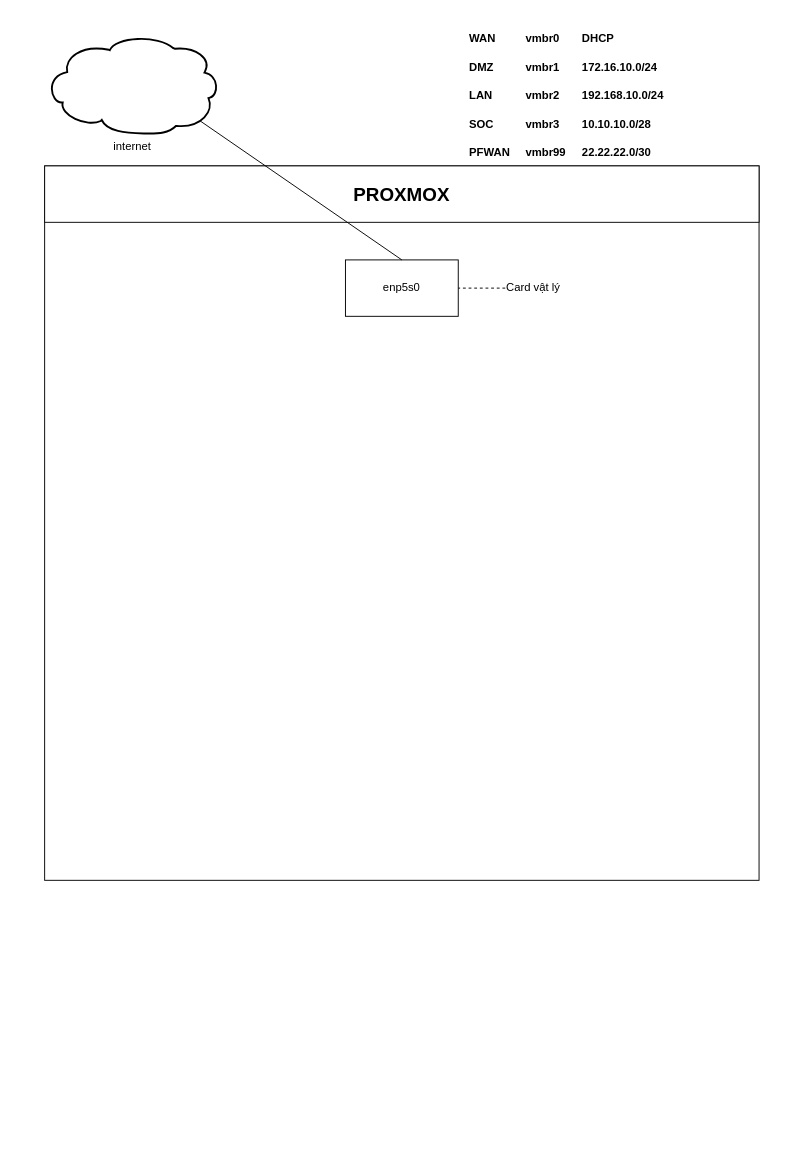
This is network.drawio from BHNamSSD/ELK, a draw.io file, before an edit. Source tidied: cells renumbered, new cells numbered last; positions are measured from the earlier drawing's top-left corner, leaving out a move shared by most shapes. Both pictures are drawn from the tidied source at 94%, with x=0, y=0 at pixel (44, 24).
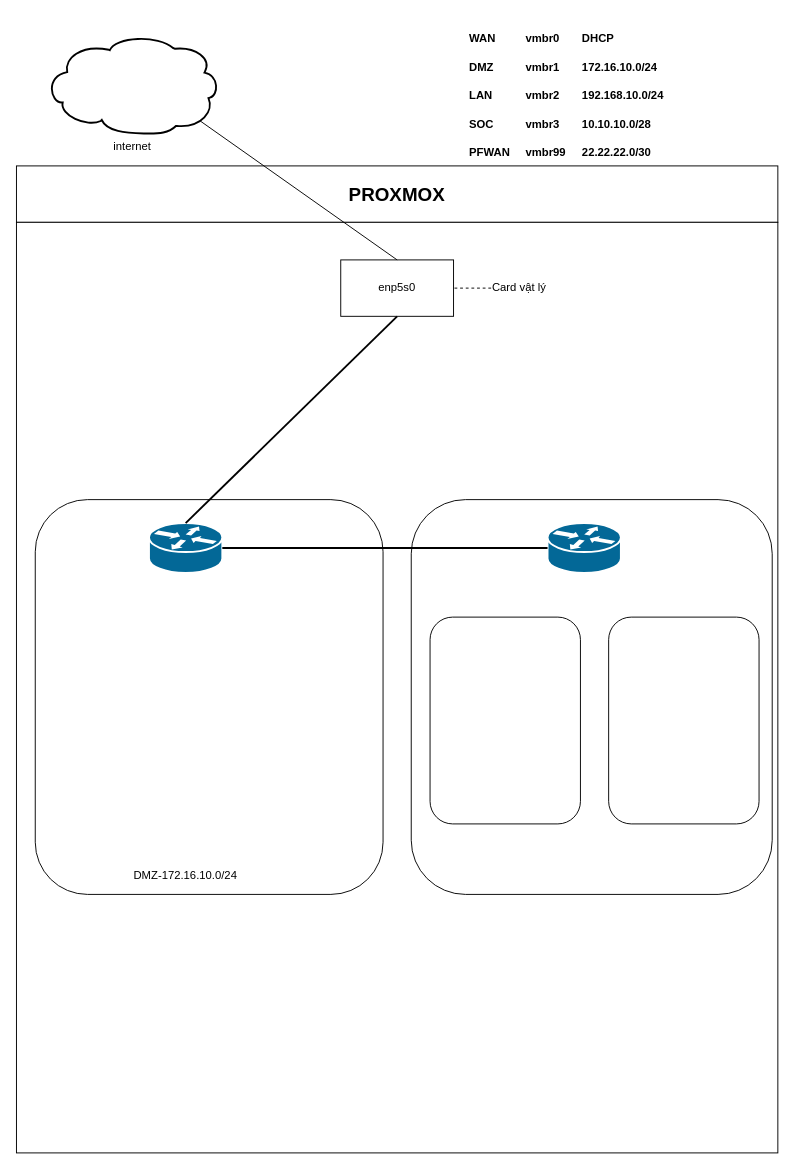
The same page after the edit.

Commit message (it also covers changes not shown here):
Cập nhật network.drawio

Unchanged cells that the change refers to:
```xml
<mxCell id="2" value="internet" style="shape=mxgraph.cisco.storage.cloud;sketch=0;html=1;dashed=0;strokeWidth=2;verticalLabelPosition=bottom;verticalAlign=top;align=center;outlineConnect=0;" parent="1" vertex="1">
  <mxGeometry y="10" width="186" height="106" as="geometry" />
</mxCell>
```

The edit, as a diff of the source:
```diff
@@
-    <mxCell id="3" style="whiteSpace=wrap;html=1;" parent="1" vertex="1">
-      <mxGeometry y="150" width="760" height="760" as="geometry" />
-    </mxCell>
     <mxCell id="4" value="&lt;div&gt;&lt;b&gt;&lt;font style=&quot;font-size: 20px;&quot;&gt;PROXMOX&lt;/font&gt;&lt;/b&gt;&lt;/div&gt;" style="rounded=0;whiteSpace=wrap;html=1;" parent="1" vertex="1">
-      <mxGeometry y="150" width="760" height="60" as="geometry" />
+      <mxGeometry x="-30" y="150" width="810" height="60" as="geometry" />
     </mxCell>
@@
+    <mxCell id="12" style="rounded=0;whiteSpace=wrap;html=1;" parent="1" vertex="1">
+      <mxGeometry x="-30" y="210" width="810" height="990" as="geometry" />
+    </mxCell>
     <mxCell id="8" value="enp5s0" style="rounded=0;whiteSpace=wrap;html=1;" parent="1" vertex="1">
-      <mxGeometry x="320" y="250" width="120" height="60" as="geometry" />
+      <mxGeometry x="315" y="250" width="120" height="60" as="geometry" />
     </mxCell>
-    <mxCell id="9" style="endArrow=none;html=1;rounded=0;exitX=0.5;exitY=0;exitDx=0;exitDy=0;entryX=0.89;entryY=0.87;entryDx=0;entryDy=0;entryPerimeter=0;" parent="1" edge="1" source="8" target="2">
-      <mxGeometry relative="1" as="geometry" />
-    </mxCell>
     <mxCell id="10" value="Card vật lý" style="text;html=1;align=center;verticalAlign=middle;whiteSpace=wrap;rounded=0;" parent="1" vertex="1">
-      <mxGeometry x="490" y="265" width="60" height="30" as="geometry" />
+      <mxGeometry x="475" y="265" width="60" height="30" as="geometry" />
     </mxCell>
@@
+    <mxCell id="9" style="endArrow=none;html=1;rounded=0;exitX=0.5;exitY=0;exitDx=0;exitDy=0;entryX=0.89;entryY=0.87;entryDx=0;entryDy=0;entryPerimeter=0;" parent="1" edge="1" source="8" target="2">
+      <mxGeometry relative="1" as="geometry" />
+    </mxCell>
+    <mxCell id="13" style="rounded=1;whiteSpace=wrap;html=1;" parent="1" vertex="1">
+      <mxGeometry x="-10" y="505" width="370" height="420" as="geometry" />
+    </mxCell>
+    <mxCell id="14" style="rounded=1;whiteSpace=wrap;html=1;" parent="1" vertex="1">
+      <mxGeometry x="390" y="505" width="384" height="420" as="geometry" />
+    </mxCell>
+    <mxCell id="15" style="shape=mxgraph.cisco.routers.router;sketch=0;html=1;dashed=0;fillColor=#036897;strokeColor=#ffffff;strokeWidth=2;verticalLabelPosition=bottom;verticalAlign=top;align=center;outlineConnect=0;" parent="1" vertex="1">
+      <mxGeometry x="111" y="530" width="78" height="53" as="geometry" />
+    </mxCell>
+    <mxCell id="16" style="shape=mxgraph.cisco.routers.router;sketch=0;html=1;dashed=0;fillColor=#036897;strokeColor=#ffffff;strokeWidth=2;verticalLabelPosition=bottom;verticalAlign=top;align=center;outlineConnect=0;" parent="1" vertex="1">
+      <mxGeometry x="535" y="530" width="78" height="53" as="geometry" />
+    </mxCell>
+    <mxCell id="17" value="DMZ-172.16.10.0/24" style="text;html=1;align=center;verticalAlign=middle;whiteSpace=wrap;rounded=0;" parent="1" vertex="1">
+      <mxGeometry x="80" y="890" width="140" height="30" as="geometry" />
+    </mxCell>
+    <mxCell id="18" style="endArrow=none;html=1;rounded=0;exitX=1;exitY=0.5;exitDx=0;exitDy=0;exitPerimeter=0;entryX=0;entryY=0.5;entryDx=0;entryDy=0;entryPerimeter=0;strokeColor=default;strokeWidth=2;" parent="1" edge="1" source="15" target="16">
+      <mxGeometry relative="1" as="geometry" />
+    </mxCell>
+    <mxCell id="19" style="rounded=1;whiteSpace=wrap;html=1;" parent="1" vertex="1">
+      <mxGeometry x="410" y="630" width="160" height="220" as="geometry" />
+    </mxCell>
+    <mxCell id="20" style="rounded=1;whiteSpace=wrap;html=1;" parent="1" vertex="1">
+      <mxGeometry x="600" y="630" width="160" height="220" as="geometry" />
+    </mxCell>
+    <mxCell id="21" style="endArrow=none;html=1;rounded=0;entryX=0.5;entryY=1;entryDx=0;entryDy=0;exitX=0.5;exitY=0;exitDx=0;exitDy=0;exitPerimeter=0;strokeWidth=2;" parent="1" edge="1" source="15" target="8">
+      <mxGeometry relative="1" as="geometry" />
+    </mxCell>
```
